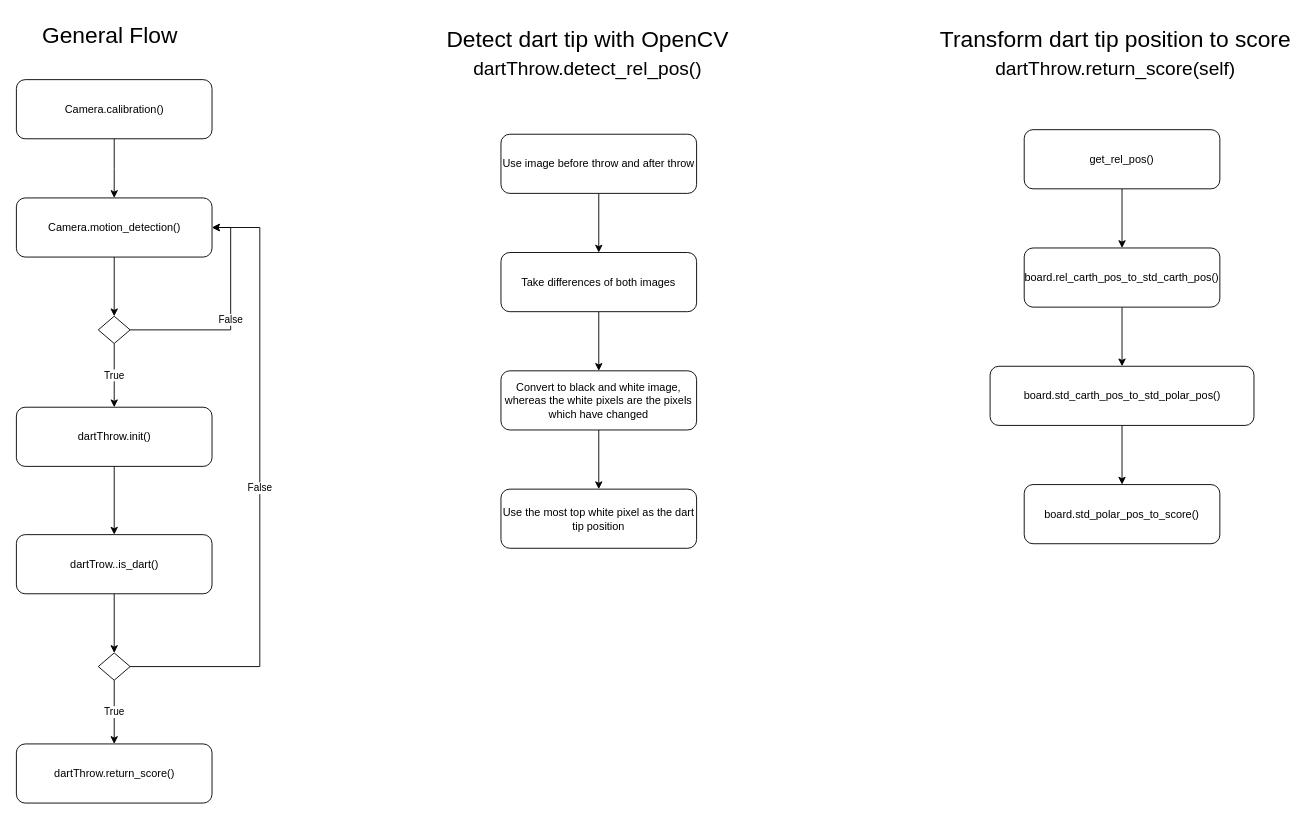
The draw.io diagram page "Flow diagrams (UML)" (1 of 2) of dart_project.drawio in j0j0i996/dart-vader-detection, before the edit. Source tidied: cells renumbered, new cells numbered last; positions are measured from the earlier drawing's top-left corner, leaving out a move shared by most shapes. Both pictures are drawn from the tidied source at 91%, with x=0, y=0 at pixel (15, 15).
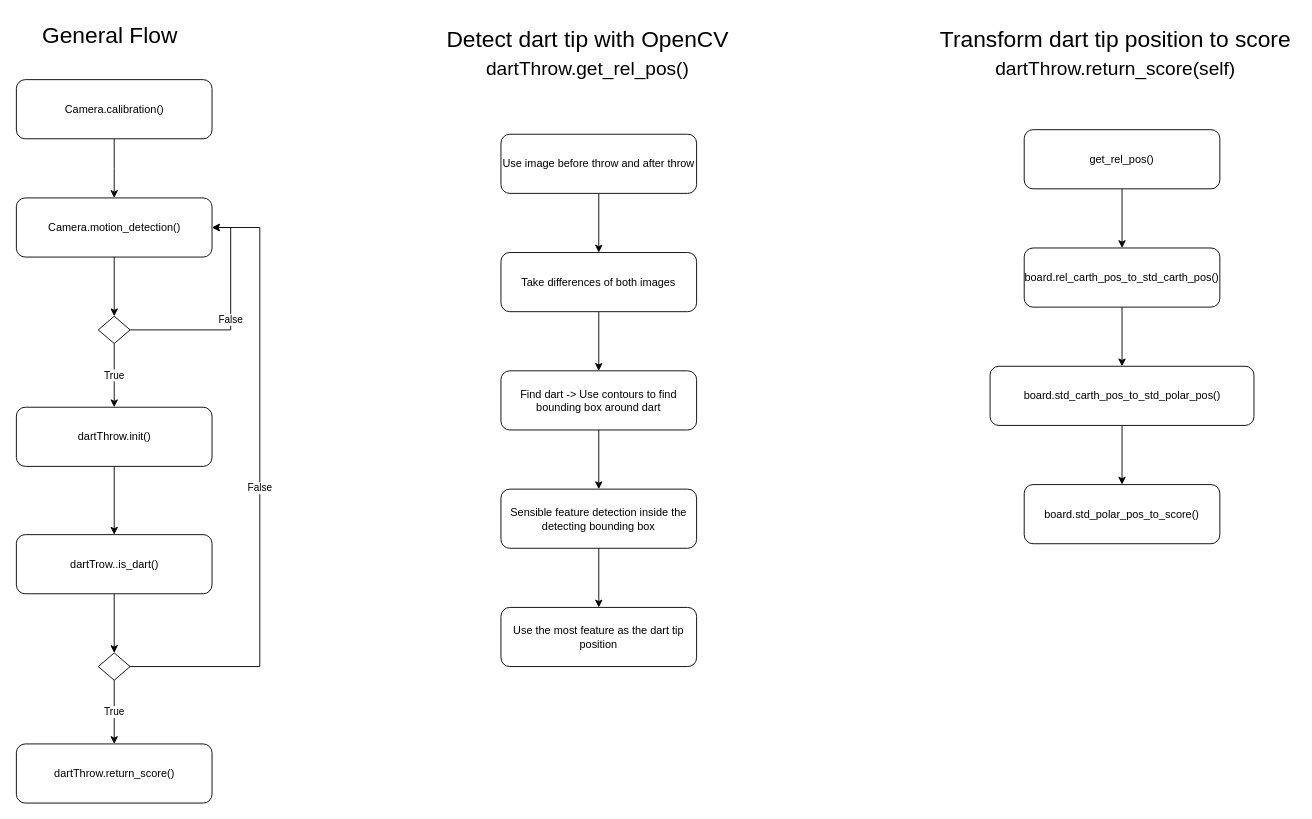
The same diagram, later.

The edit, as a diff of the source:
```diff
@@
-    <mxCell id="26" value="Detect dart tip with OpenCV&lt;font style=&quot;font-size: 21px&quot;&gt;&lt;br&gt;dartThrow.detect_rel_pos()&lt;/font&gt;" style="text;html=1;align=center;verticalAlign=middle;strokeWidth=1;fontSize=25;" parent="1" vertex="1">
+    <mxCell id="26" value="Detect dart tip with OpenCV&lt;font style=&quot;font-size: 21px&quot;&gt;&lt;br&gt;dartThrow.get_rel_pos()&lt;/font&gt;" style="text;html=1;align=center;verticalAlign=middle;strokeWidth=1;fontSize=25;" parent="1" vertex="1">
       <mxGeometry x="463" y="5" width="330" height="70" as="geometry" />
     </mxCell>
@@
-    <mxCell id="32" value="Convert to black and white image, whereas the white pixels are the pixels which have changed" style="rounded=1;whiteSpace=wrap;html=1;fontSize=12;glass=0;strokeWidth=1;shadow=0;align=center;" parent="1" vertex="1">
+    <mxCell id="32" value="Find dart -&amp;gt; Use contours to find bounding box around dart" style="rounded=1;whiteSpace=wrap;html=1;fontSize=12;glass=0;strokeWidth=1;shadow=0;align=center;" parent="1" vertex="1">
       <mxGeometry x="533" y="390" width="215" height="65" as="geometry" />
     </mxCell>
-    <mxCell id="33" value="Use the most top white pixel as the dart tip position" style="rounded=1;whiteSpace=wrap;html=1;fontSize=12;glass=0;strokeWidth=1;shadow=0;align=center;" parent="1" vertex="1">
+    <mxCell id="33" value="Sensible feature detection inside the detecting bounding box" style="rounded=1;whiteSpace=wrap;html=1;fontSize=12;glass=0;strokeWidth=1;shadow=0;align=center;" parent="1" vertex="1">
       <mxGeometry x="533" y="520" width="215" height="65" as="geometry" />
     </mxCell>
+    <mxCell id="34" value="Use the most feature as the dart tip position" style="rounded=1;whiteSpace=wrap;html=1;fontSize=12;glass=0;strokeWidth=1;shadow=0;align=center;" parent="1" vertex="1">
+      <mxGeometry x="533" y="650" width="215" height="65" as="geometry" />
+    </mxCell>
+    <mxCell id="35" style="edgeStyle=orthogonalEdgeStyle;rounded=0;jettySize=auto;html=1;fontSize=25;entryX=0.5;entryY=0;entryDx=0;entryDy=0;exitX=0.5;exitY=1;exitDx=0;exitDy=0;" parent="1" edge="1" source="33" target="34">
+      <mxGeometry relative="1" as="geometry" />
+    </mxCell>
```
